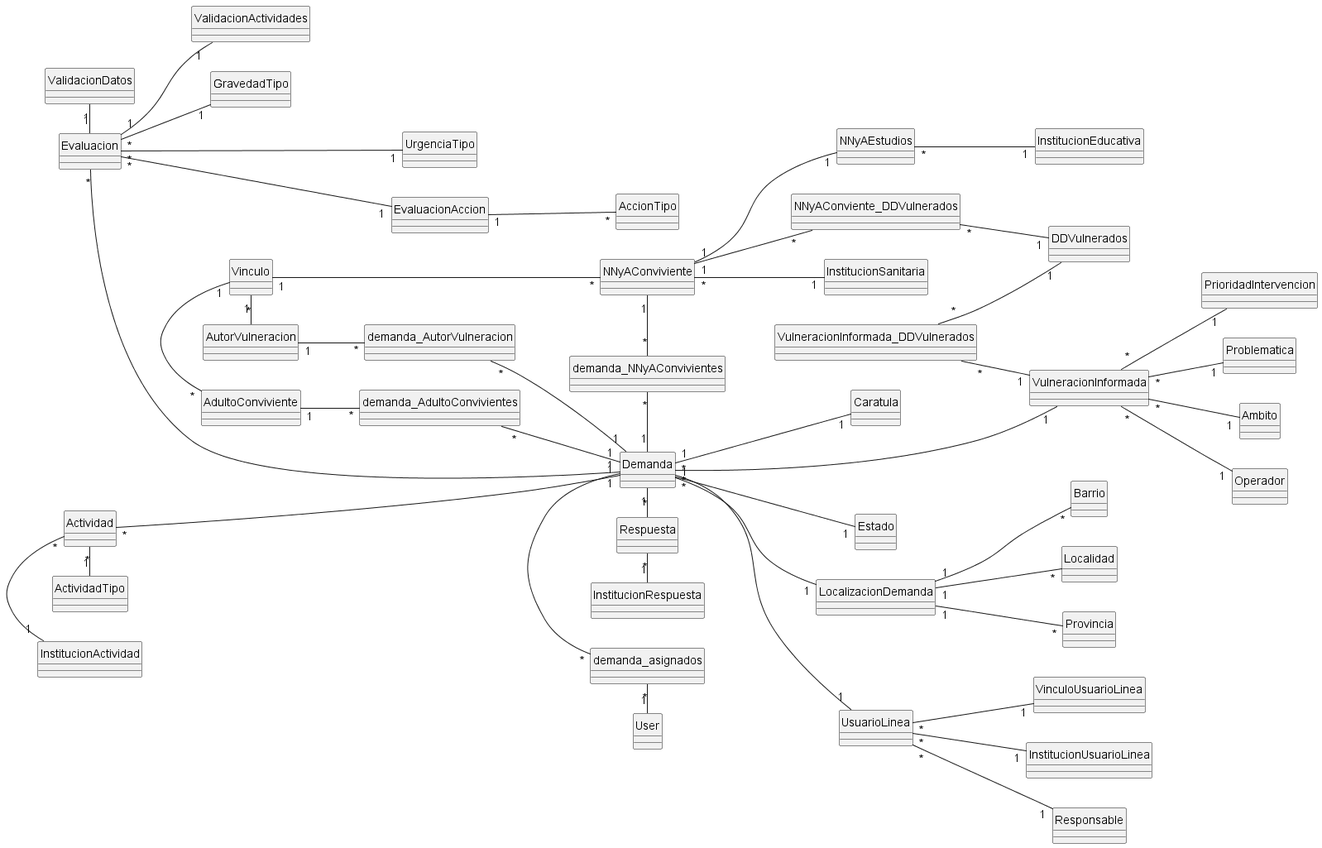
The PlantUML diagram docs/db/just_entities_relationship.png in fosc-hub/SENAF-RUNNA-db-backend, before a commit. The source it was exported from:
```plantuml
@startuml just_entities_relationship"

!define PRIMARY_KEY(x) <b><color:blue>x</color></b>
!define FOREIGN_KEY(x) <color:green>x</color>

hide circle
left to right direction

demanda_asignados "*" - "1" User
Demanda "1" - "*" demanda_asignados
Demanda "1" -- "1" Caratula
Demanda "*" -- "1" Estado

Demanda "1" -- "1" LocalizacionDemanda
LocalizacionDemanda "1" -- "*" Barrio
LocalizacionDemanda "1" -- "*" Localidad
LocalizacionDemanda "1" -- "*" Provincia

demanda_NNyAConvivientes "*" - "1" Demanda
NNyAConviviente "1" - "*" demanda_NNyAConvivientes
NNyAConviviente "1" -- "*" NNyAConviente_DDVulnerados
NNyAConviente_DDVulnerados "*" -- "1" DDVulnerados
NNyAConviviente "1" -- "1" NNyAEstudios
NNyAEstudios "*" -- "1" InstitucionEducativa
NNyAConviviente "*" -- "1" InstitucionSanitaria
Vinculo "1" --- "*" NNyAConviviente

demanda_AdultoConvivientes "*" -- "1" Demanda
AdultoConviviente "1" -- "*" demanda_AdultoConvivientes
Vinculo "1" - "*" AdultoConviviente

demanda_AutorVulneracion "*" -- "1" Demanda
AutorVulneracion "1" -- "*" demanda_AutorVulneracion
Vinculo "1" - "*" AutorVulneracion

Demanda "*" -- "1" UsuarioLinea
UsuarioLinea "*" -- "1" VinculoUsuarioLinea
UsuarioLinea "*" -- "1" InstitucionUsuarioLinea
UsuarioLinea "*" -- "1" Responsable

Demanda "*" --- "1" VulneracionInformada
VulneracionInformada_DDVulnerados "*" -- "1" VulneracionInformada
VulneracionInformada_DDVulnerados "*" -- "1" DDVulnerados
VulneracionInformada "*" -- "1" PrioridadIntervencion
VulneracionInformada "*" -- "1" Problematica
VulneracionInformada "*" -- "1" Ambito
VulneracionInformada "*" -- "1" Operador

Actividad "*" ---- "1" Demanda
Actividad "*" - "1" ActividadTipo
Actividad "*" - "1" InstitucionActividad

Respuesta "*" -left- "1" Demanda
Respuesta "*" - "1" InstitucionRespuesta

Evaluacion "*" --down-- "1" Demanda
Evaluacion "1" -left- "1" ValidacionDatos
Evaluacion "1" -- "1" ValidacionActividades
Evaluacion "*" -- "1" GravedadTipo
Evaluacion "*" --- "1" UrgenciaTipo

Evaluacion "*" --- "1" EvaluacionAccion
EvaluacionAccion "1" --"*" AccionTipo


@enduml
```
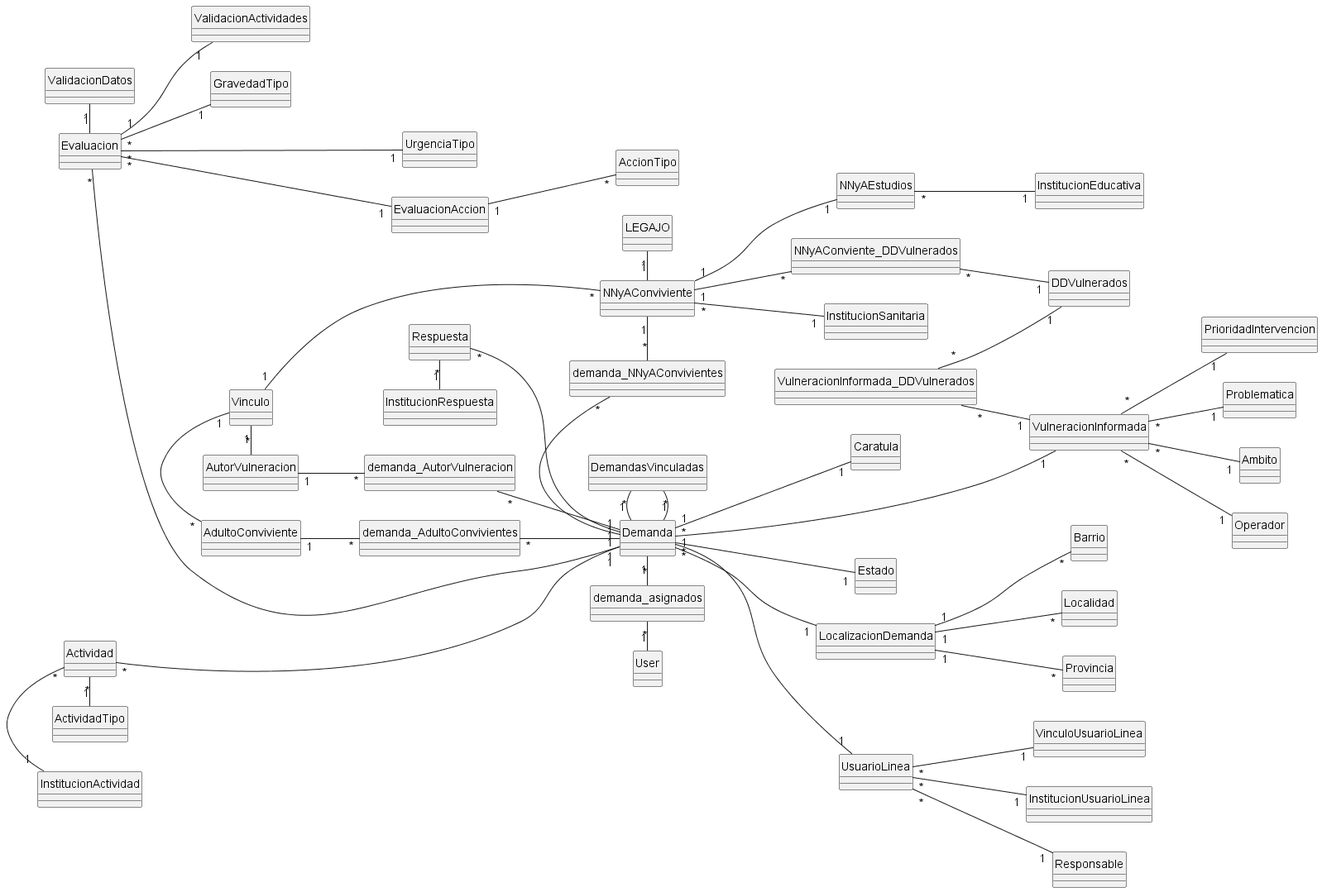
After the change.

Commit message:
Demanda child relationships (Conexiones=DemandasVinculadas + LEGAJO).

Change to the diagram source:
```diff
@@ -50,8 +50,11 @@
 Actividad "*" - "1" ActividadTipo
 Actividad "*" - "1" InstitucionActividad
 
-Respuesta "*" -left- "1" Demanda
+Respuesta "*" -- "1" Demanda
 Respuesta "*" - "1" InstitucionRespuesta
+
+DemandasVinculadas "*" - "1" Demanda
+DemandasVinculadas "*" - "1" Demanda
 
 Evaluacion "*" --down-- "1" Demanda
 Evaluacion "1" -left- "1" ValidacionDatos
@@ -62,5 +65,7 @@
 Evaluacion "*" --- "1" EvaluacionAccion
 EvaluacionAccion "1" --"*" AccionTipo
 
+LEGAJO "1" - "1" NNyAConviviente
+
 
 @enduml
```
